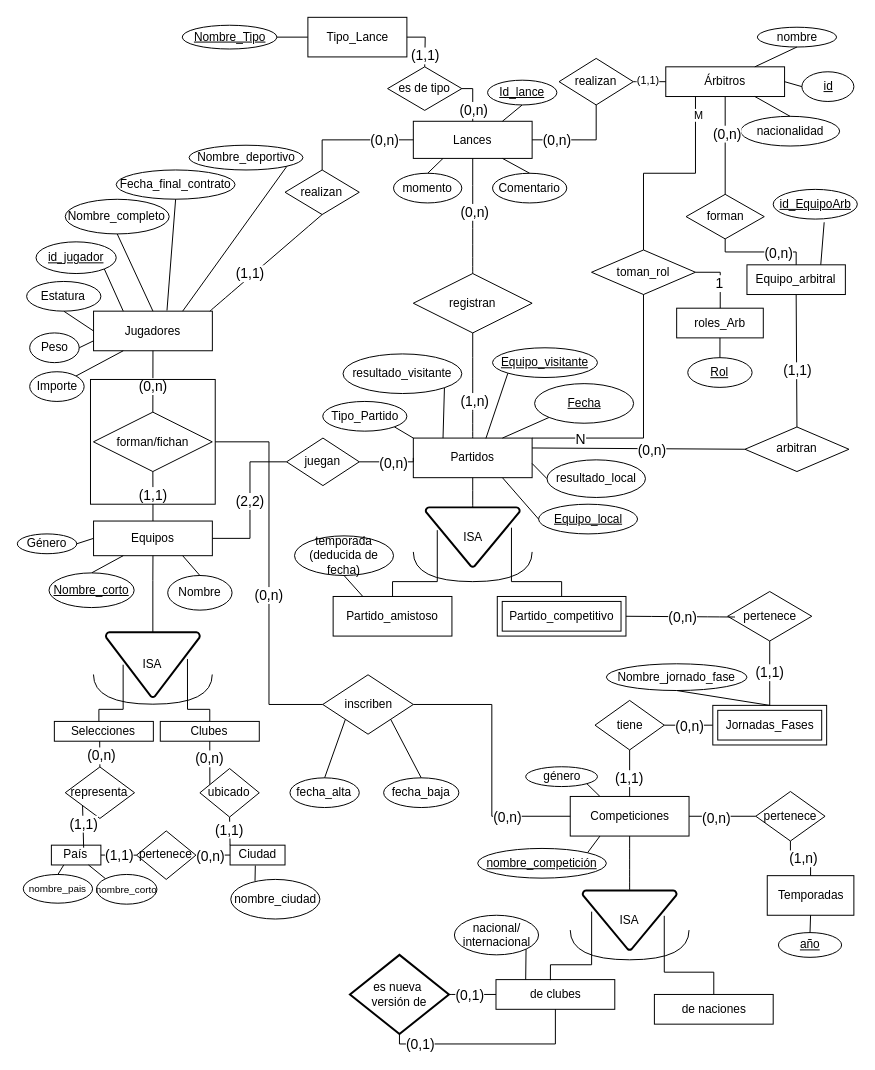
aloantony/TrabajosEnGrupoGII-DalilaTony keeps this draw.io diagram as page "Page-1" (1 of 2) of BBDD/Diagrama E-R.drawio. Above is the earlier version. Source tidied: cells renumbered, new cells numbered last; positions are measured from the earlier drawing's top-left corner, leaving out a move shared by most shapes. Both pictures are drawn from the tidied source at 99%, with x=0, y=0 at pixel (17, 17).
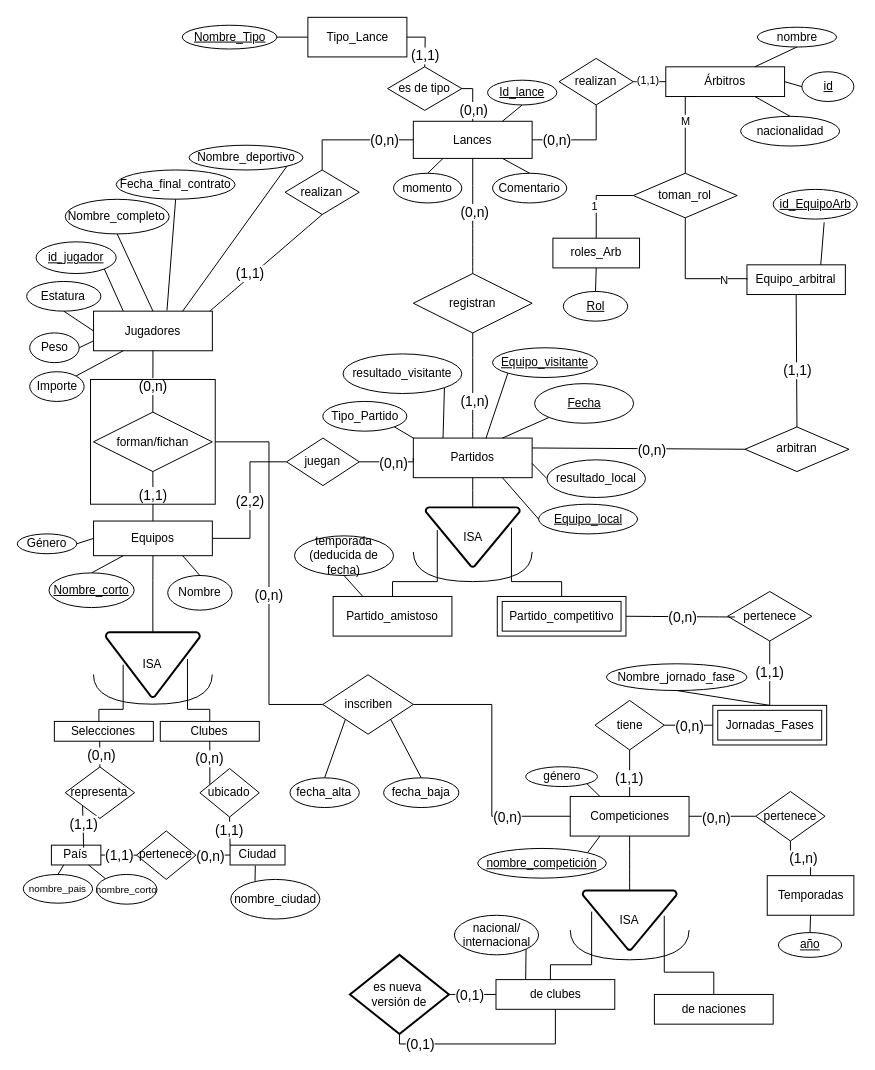
Above is the later version.

The change refers to these unchanged cells:
```xml
<mxCell id="2" value="Partidos" style="rounded=0;whiteSpace=wrap;html=1;" parent="1" vertex="1">
  <mxGeometry x="400" y="425" width="120" height="40" as="geometry" />
</mxCell>
<mxCell id="7" value="Árbitros" style="rounded=0;whiteSpace=wrap;html=1;" parent="1" vertex="1">
  <mxGeometry x="655" y="50" width="120" height="30" as="geometry" />
</mxCell>
<mxCell id="8" value="Equipo_arbitral" style="rounded=0;whiteSpace=wrap;html=1;" parent="1" vertex="1">
  <mxGeometry x="737" y="250" width="99.4" height="30" as="geometry" />
</mxCell>
```

The edit, as a diff of the source:
```diff
@@
     <mxCell id="30" value="toman_rol" style="shape=rhombus;perimeter=rhombusPerimeter;whiteSpace=wrap;html=1;align=center;" parent="1" vertex="1">
-      <mxGeometry x="580" y="235" width="105" height="45" as="geometry" />
+      <mxGeometry x="622.2" y="157.5" width="105" height="45" as="geometry" />
     </mxCell>
@@
     <mxCell id="32" value="roles_Arb" style="whiteSpace=wrap;html=1;align=center;" parent="1" vertex="1">
-      <mxGeometry x="666" y="293.8" width="87.5" height="30" as="geometry" />
+      <mxGeometry x="541" y="223.1" width="87.5" height="30" as="geometry" />
     </mxCell>
     <mxCell id="33" value="Rol" style="ellipse;whiteSpace=wrap;html=1;align=center;fontStyle=4;" parent="1" vertex="1">
-      <mxGeometry x="677.2" y="343.8" width="65" height="30" as="geometry" />
+      <mxGeometry x="551.5" y="276.9" width="65" height="30" as="geometry" />
     </mxCell>
@@
     <mxCell id="52" style="endArrow=none;html=1;rounded=0;fontSize=12;startSize=8;endSize=8;entryX=0.25;entryY=1;entryDx=0;entryDy=0;exitX=0.5;exitY=0;exitDx=0;exitDy=0;edgeStyle=orthogonalEdgeStyle;" parent="1" edge="1" source="30" target="7">
-      <mxGeometry relative="1" as="geometry" />
+      <mxGeometry relative="1" as="geometry">
+        <Array as="points">
+          <mxPoint x="675" y="80" />
+        </Array>
+      </mxGeometry>
     </mxCell>
     <mxCell id="53" value="M" style="edgeLabel;html=1;align=center;verticalAlign=middle;" parent="52" vertex="1">
       <mxGeometry x="0.66" relative="1" as="geometry">
-        <mxPoint x="2" y="-17" as="offset" />
+        <mxPoint y="20" as="offset" />
       </mxGeometry>
     </mxCell>
@@
-    <mxCell id="91" style="endArrow=none;html=1;rounded=0;fontSize=12;startSize=8;endSize=8;exitX=1;exitY=0;exitDx=0;exitDy=0;edgeStyle=orthogonalEdgeStyle;entryX=0.5;entryY=1;entryDx=0;entryDy=0;" parent="1" edge="1" source="2" target="30">
-      <mxGeometry relative="1" as="geometry">
-        <Array as="points">
-          <mxPoint x="633" y="425" />
-        </Array>
-      </mxGeometry>
-    </mxCell>
-    <mxCell id="92" value="&lt;font style=&quot;font-size: 14px;&quot;&gt;N&lt;/font&gt;" style="edgeLabel;html=1;align=center;verticalAlign=middle;" parent="91" vertex="1">
-      <mxGeometry x="-0.63" relative="1" as="geometry" />
-    </mxCell>
@@
-    <mxCell id="189" style="endArrow=none;html=1;rounded=0;exitX=1;exitY=0.5;exitDx=0;exitDy=0;entryX=0.5;entryY=0;entryDx=0;entryDy=0;edgeStyle=elbowEdgeStyle;" parent="1" edge="1" source="30" target="32">
+    <mxCell id="189" style="endArrow=none;html=1;rounded=0;exitX=0;exitY=0.5;exitDx=0;exitDy=0;entryX=0.5;entryY=0;entryDx=0;entryDy=0;edgeStyle=elbowEdgeStyle;elbow=vertical;" parent="1" edge="1" source="30" target="32">
       <mxGeometry relative="1" as="geometry">
         <Array as="points">
-          <mxPoint x="710" y="274" />
+          <mxPoint x="600" y="180" />
         </Array>
       </mxGeometry>
     </mxCell>
-    <mxCell id="190" value="&lt;font style=&quot;font-size: 14px;&quot;&gt;1&lt;/font&gt;" style="edgeLabel;html=1;align=center;verticalAlign=middle;" parent="189" vertex="1">
+    <mxCell id="190" value="1" style="edgeLabel;html=1;align=center;verticalAlign=middle;" parent="189" vertex="1">
       <mxGeometry x="0.18" y="-2" relative="1" as="geometry" />
     </mxCell>
-    <mxCell id="191" value="forman" style="shape=rhombus;perimeter=rhombusPerimeter;whiteSpace=wrap;html=1;align=center;" parent="1" vertex="1">
-      <mxGeometry x="675.5" y="178.8" width="79" height="45" as="geometry" />
-    </mxCell>
-    <mxCell id="192" style="endArrow=none;html=1;rounded=0;entryX=0.5;entryY=1;entryDx=0;entryDy=0;exitX=0.5;exitY=0;exitDx=0;exitDy=0;edgeStyle=elbowEdgeStyle;elbow=vertical;" parent="1" edge="1" source="8" target="191">
-      <mxGeometry relative="1" as="geometry" />
-    </mxCell>
-    <mxCell id="193" value="&lt;font style=&quot;font-size: 14px;&quot;&gt;(0,n)&lt;/font&gt;" style="edgeLabel;html=1;align=center;verticalAlign=middle;" parent="192" vertex="1">
-      <mxGeometry x="-0.37" y="1" relative="1" as="geometry" />
-    </mxCell>
-    <mxCell id="194" style="endArrow=none;html=1;rounded=0;entryX=0.5;entryY=1;entryDx=0;entryDy=0;exitX=0.5;exitY=0;exitDx=0;exitDy=0;" parent="1" edge="1" source="191" target="7">
-      <mxGeometry relative="1" as="geometry" />
-    </mxCell>
-    <mxCell id="195" value="&lt;font style=&quot;font-size: 14px;&quot;&gt;(0,n)&lt;/font&gt;" style="edgeLabel;html=1;align=center;verticalAlign=middle;" parent="194" vertex="1">
-      <mxGeometry x="0.23" y="-1" relative="1" as="geometry" />
-    </mxCell>
+    <mxCell id="196" style="endArrow=none;html=1;rounded=0;entryX=0.5;entryY=1;entryDx=0;entryDy=0;exitX=0;exitY=0.5;exitDx=0;exitDy=0;edgeStyle=elbowEdgeStyle;elbow=vertical;" parent="1" edge="1" source="8" target="30">
+      <mxGeometry relative="1" as="geometry">
+        <Array as="points">
+          <mxPoint x="710" y="264" />
+        </Array>
+      </mxGeometry>
+    </mxCell>
+    <mxCell id="92" value="N" style="edgeLabel;html=1;align=center;verticalAlign=middle;" parent="196" vertex="1">
+      <mxGeometry x="-0.6" y="1" relative="1" as="geometry" />
+    </mxCell>
```
